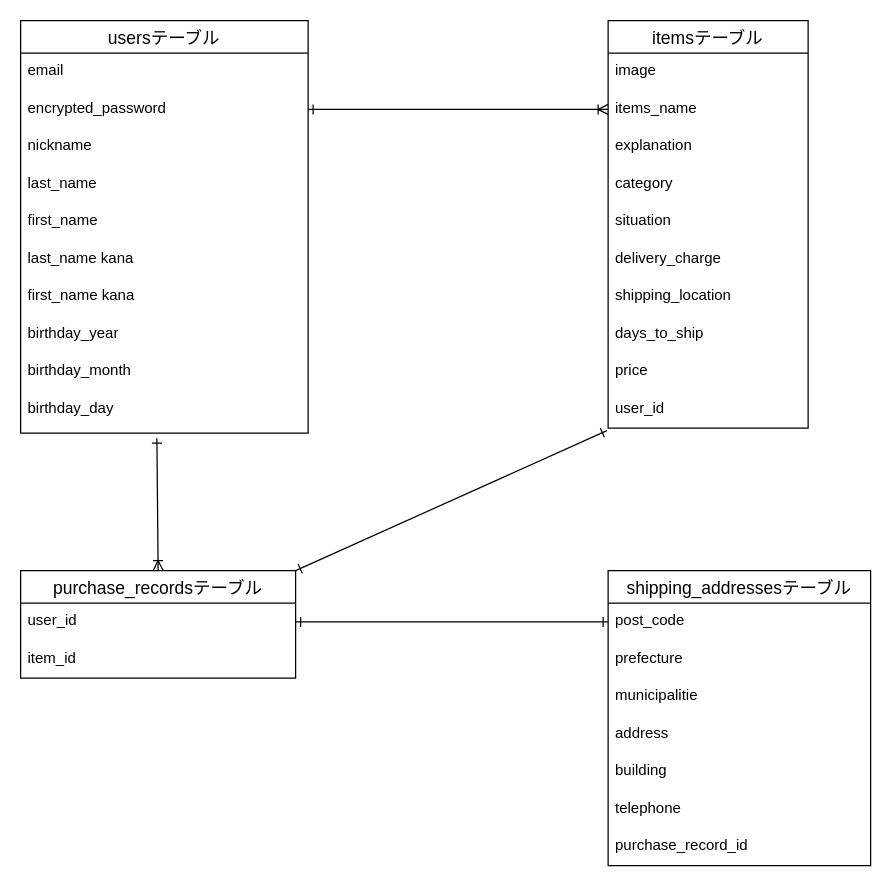
Above: date_base.dio in oshikubo1201/furima-38323 (draw.io), before the change. Source tidied: cells renumbered, new cells numbered last; positions are measured from the earlier drawing's top-left corner, leaving out a move shared by most shapes. Both pictures are drawn from the tidied source at 125%, with x=0, y=0 at pixel (20, 20).
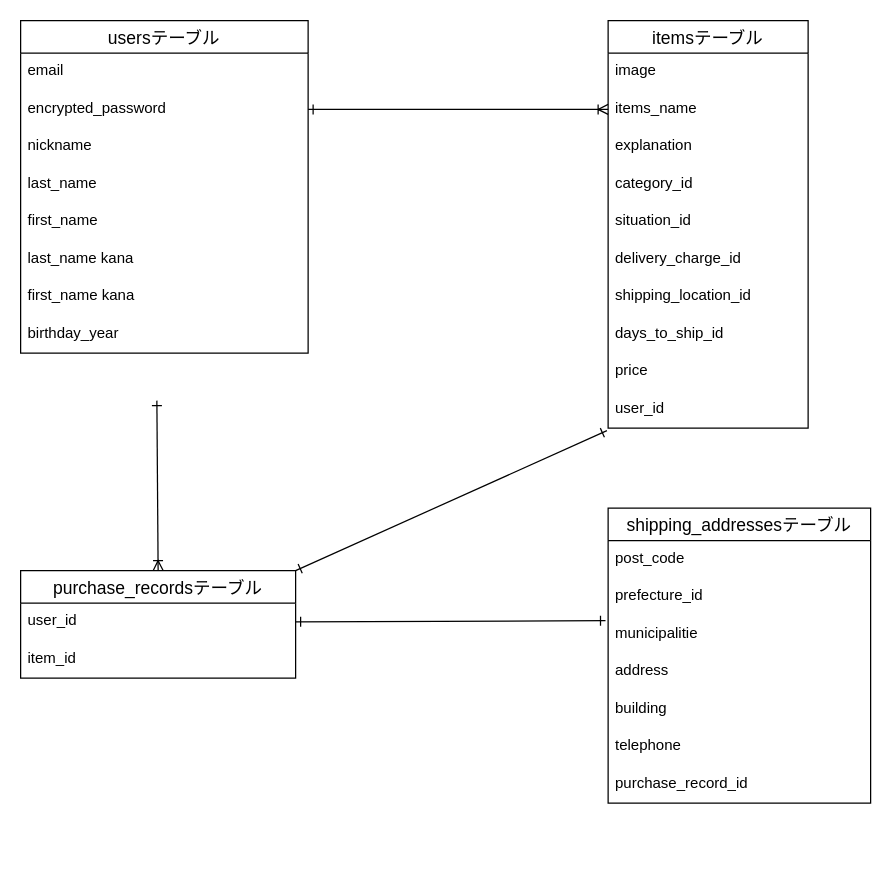
Above is the later version.

The change refers to these unchanged cells:
```xml
<mxCell id="13" value="itemsテーブル" style="swimlane;fontStyle=0;horizontal=1;startSize=26;align=center;fontSize=14;" parent="1" vertex="1">
  <mxGeometry x="470" width="160" height="326" as="geometry" />
</mxCell>
<mxCell id="27" value="purchase_recordsテーブル" style="swimlane;fontStyle=0;horizontal=1;startSize=26;align=center;fontSize=14;" parent="1" vertex="1">
  <mxGeometry y="440" width="220" height="86" as="geometry" />
</mxCell>
<mxCell id="28" value="user_id" style="text;strokeColor=none;fillColor=none;spacingLeft=4;spacingRight=4;overflow=hidden;points=[[0,0.5],[1,0.5]];portConstraint=eastwest;fontSize=12;" parent="27" vertex="1">
  <mxGeometry y="26" width="220" height="30" as="geometry" />
</mxCell>
<mxCell id="31" value="post_code" style="text;strokeColor=none;fillColor=none;spacingLeft=4;spacingRight=4;overflow=hidden;points=[[0,0.5],[1,0.5]];portConstraint=eastwest;fontSize=12;" parent="30" vertex="1">
  <mxGeometry y="26" width="210" height="30" as="geometry" />
</mxCell>
<mxCell id="33" value="municipalitie" style="text;strokeColor=none;fillColor=none;spacingLeft=4;spacingRight=4;overflow=hidden;points=[[0,0.5],[1,0.5]];portConstraint=eastwest;fontSize=12;" parent="30" vertex="1">
  <mxGeometry y="86" width="210" height="30" as="geometry" />
</mxCell>
```

What changed in the source:
```diff
@@
     <mxCell id="2" value="usersテーブル" style="swimlane;fontStyle=0;horizontal=1;startSize=26;align=center;fontSize=14;" parent="1" vertex="1">
-      <mxGeometry width="230" height="330" as="geometry" />
+      <mxGeometry width="230" height="266" as="geometry" />
     </mxCell>
@@
-    <mxCell id="11" value="birthday_month" style="text;strokeColor=none;fillColor=none;spacingLeft=4;spacingRight=4;overflow=hidden;fontSize=12;" parent="2" vertex="1">
-      <mxGeometry y="266" width="230" height="30" as="geometry" />
-    </mxCell>
-    <mxCell id="12" value="birthday_day" style="text;strokeColor=none;fillColor=none;spacingLeft=4;spacingRight=4;overflow=hidden;points=[[0,0.5],[1,0.5]];portConstraint=eastwest;fontSize=12;" parent="2" vertex="1">
-      <mxGeometry y="296" width="230" height="34" as="geometry" />
-    </mxCell>
@@
-    <mxCell id="17" value="category" style="text;strokeColor=none;fillColor=none;spacingLeft=4;spacingRight=4;overflow=hidden;fontSize=12;" parent="13" vertex="1">
+    <mxCell id="17" value="category_id" style="text;strokeColor=none;fillColor=none;spacingLeft=4;spacingRight=4;overflow=hidden;fontSize=12;" parent="13" vertex="1">
       <mxGeometry y="116" width="160" height="30" as="geometry" />
     </mxCell>
-    <mxCell id="18" value="situation" style="text;strokeColor=none;fillColor=none;spacingLeft=4;spacingRight=4;overflow=hidden;fontSize=12;" parent="13" vertex="1">
+    <mxCell id="18" value="situation_id" style="text;strokeColor=none;fillColor=none;spacingLeft=4;spacingRight=4;overflow=hidden;fontSize=12;" parent="13" vertex="1">
       <mxGeometry y="146" width="160" height="30" as="geometry" />
     </mxCell>
-    <mxCell id="19" value="delivery_charge" style="text;strokeColor=none;fillColor=none;spacingLeft=4;spacingRight=4;overflow=hidden;fontSize=12;" parent="13" vertex="1">
+    <mxCell id="19" value="delivery_charge_id" style="text;strokeColor=none;fillColor=none;spacingLeft=4;spacingRight=4;overflow=hidden;fontSize=12;" parent="13" vertex="1">
       <mxGeometry y="176" width="160" height="30" as="geometry" />
     </mxCell>
-    <mxCell id="20" value="shipping_location" style="text;strokeColor=none;fillColor=none;spacingLeft=4;spacingRight=4;overflow=hidden;fontSize=12;" parent="13" vertex="1">
+    <mxCell id="20" value="shipping_location_id" style="text;strokeColor=none;fillColor=none;spacingLeft=4;spacingRight=4;overflow=hidden;fontSize=12;" parent="13" vertex="1">
       <mxGeometry y="206" width="160" height="30" as="geometry" />
     </mxCell>
-    <mxCell id="21" value="days_to_ship" style="text;strokeColor=none;fillColor=none;spacingLeft=4;spacingRight=4;overflow=hidden;fontSize=12;" parent="13" vertex="1">
+    <mxCell id="21" value="days_to_ship_id" style="text;strokeColor=none;fillColor=none;spacingLeft=4;spacingRight=4;overflow=hidden;fontSize=12;" parent="13" vertex="1">
       <mxGeometry y="236" width="160" height="30" as="geometry" />
     </mxCell>
@@
-    <mxCell id="25" style="edgeStyle=none;html=1;exitX=0.5;exitY=0;exitDx=0;exitDy=0;entryX=0.474;entryY=1.118;entryDx=0;entryDy=0;entryPerimeter=0;startArrow=ERoneToMany;startFill=0;endArrow=ERone;endFill=0;" parent="1" edge="1" source="27" target="12">
-      <mxGeometry relative="1" as="geometry" />
+    <mxCell id="25" style="edgeStyle=none;html=1;exitX=0.5;exitY=0;exitDx=0;exitDy=0;entryX=0.474;entryY=1.118;entryDx=0;entryDy=0;entryPerimeter=0;startArrow=ERoneToMany;startFill=0;endArrow=ERone;endFill=0;" parent="1" edge="1" source="27">
+      <mxGeometry relative="1" as="geometry">
+        <mxPoint x="109" y="304" as="targetPoint" />
+      </mxGeometry>
     </mxCell>
@@
     <mxCell id="30" value="shipping_addressesテーブル" style="swimlane;fontStyle=0;horizontal=1;startSize=26;align=center;fontSize=14;" parent="1" vertex="1">
-      <mxGeometry x="470" y="440" width="210" height="236" as="geometry" />
+      <mxGeometry x="470" y="390" width="210" height="236" as="geometry" />
     </mxCell>
@@
-    <mxCell id="32" value="prefecture" style="text;strokeColor=none;fillColor=none;spacingLeft=4;spacingRight=4;overflow=hidden;fontSize=12;" parent="30" vertex="1">
+    <mxCell id="32" value="prefecture_id" style="text;strokeColor=none;fillColor=none;spacingLeft=4;spacingRight=4;overflow=hidden;fontSize=12;" parent="30" vertex="1">
       <mxGeometry y="56" width="210" height="30" as="geometry" />
     </mxCell>
@@
-    <mxCell id="38" style="edgeStyle=none;html=1;exitX=1;exitY=0.5;exitDx=0;exitDy=0;entryX=0;entryY=0.5;entryDx=0;entryDy=0;startArrow=ERone;startFill=0;endArrow=ERone;endFill=0;" parent="1" edge="1" source="28" target="31">
+    <mxCell id="38" style="edgeStyle=none;html=1;exitX=1;exitY=0.5;exitDx=0;exitDy=0;startArrow=ERone;startFill=0;endArrow=ERone;endFill=0;entryX=-0.01;entryY=0.133;entryDx=0;entryDy=0;entryPerimeter=0;" parent="1" edge="1" source="28" target="33">
       <mxGeometry relative="1" as="geometry" />
     </mxCell>
```
